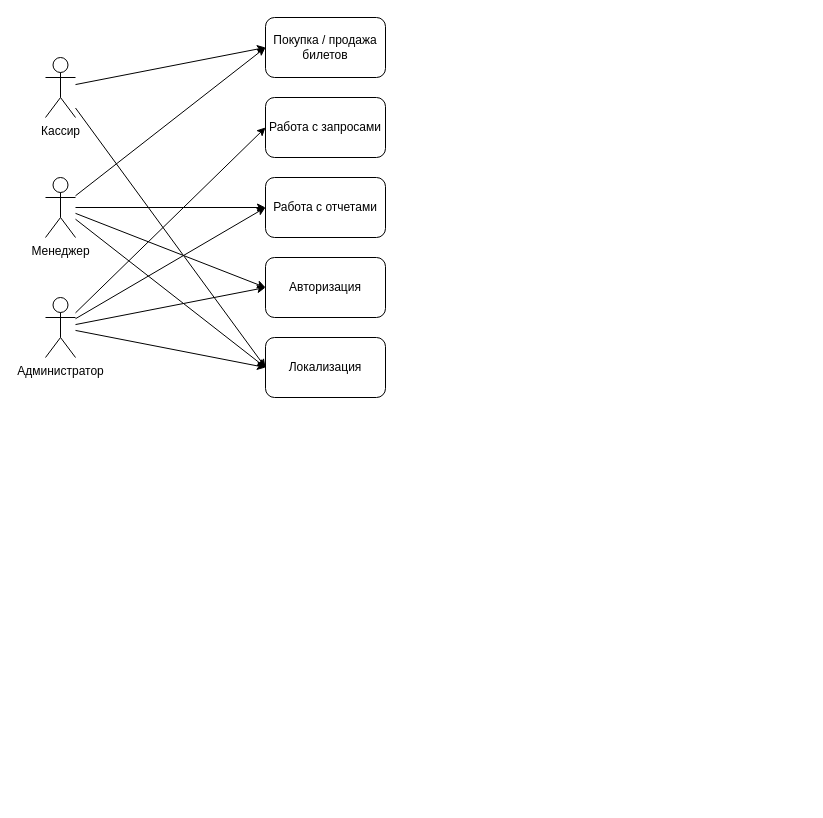
Above: docs/diagrams/scenarios.drawio in gubnik/bmstu-absolute-cinema (draw.io), before the change. Source tidied: cells renumbered, new cells numbered last; positions are measured from the earlier drawing's top-left corner, leaving out a move shared by most shapes. Both pictures are drawn from the tidied source at 100%, with x=0, y=0 at pixel (45, 17).
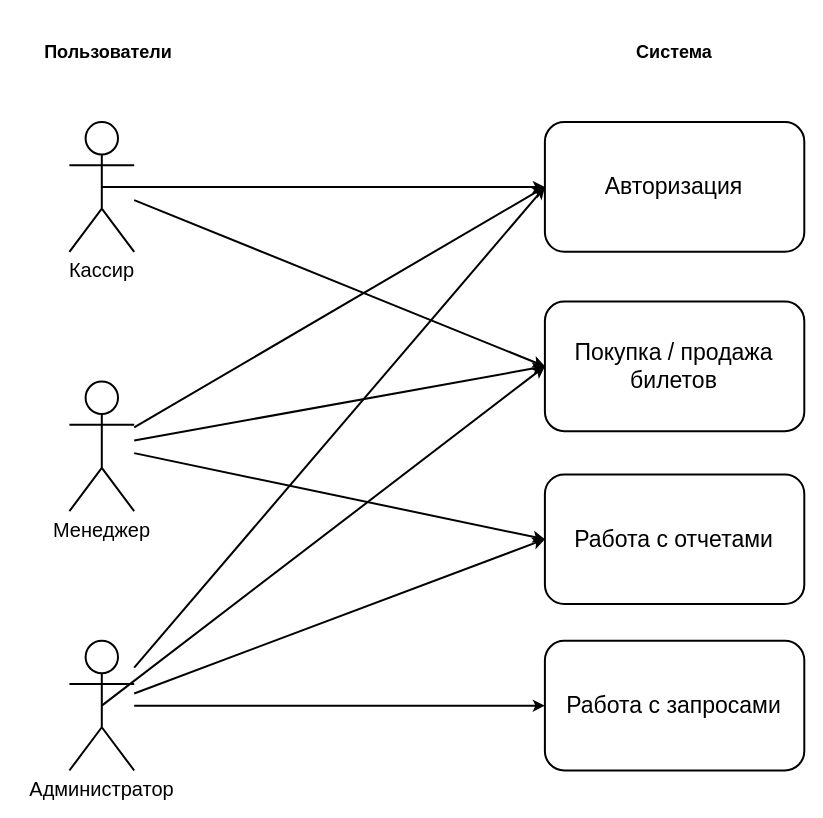
Above is the later version.

Change to the diagram source:
```diff
@@
-    <mxCell id="2" style="rounded=0;jettySize=auto;html=1;entryX=0;entryY=0.5;entryDx=0;entryDy=0;" parent="1" edge="1" source="3" target="19">
-      <mxGeometry relative="1" as="geometry" />
-    </mxCell>
+    <mxCell id="20" style="group;" parent="1" vertex="1">
+      <mxGeometry x="-2" y="3" width="760.8" height="750" as="geometry" />
+    </mxCell>
+    <mxCell id="21" style="rounded=0;jettySize=auto;html=1;exitX=0.5;exitY=0.5;exitDx=0;exitDy=0;exitPerimeter=0;entryX=0;entryY=0.5;entryDx=0;entryDy=0;strokeWidth=2;" parent="20" edge="1" source="3" target="16">
+      <mxGeometry relative="1" as="geometry" />
+    </mxCell>
-    <mxCell id="3" value="Кассир" style="shape=umlActor;verticalLabelPosition=bottom;verticalAlign=top;html=1;outlineConnect=0;labelBackgroundColor=none;" parent="1" vertex="1">
-      <mxGeometry y="40" width="30" height="60" as="geometry" />
+    <mxCell id="3" value="Кассир" style="shape=umlActor;verticalLabelPosition=bottom;verticalAlign=top;html=1;outlineConnect=0;labelBackgroundColor=none;strokeWidth=2;fontSize=20;" parent="20" vertex="1">
+      <mxGeometry x="25.9" y="101.6" width="64.8" height="129.7" as="geometry" />
     </mxCell>
-    <mxCell id="4" style="rounded=0;jettySize=auto;html=1;labelBackgroundColor=none;fontColor=default;entryX=0;entryY=0.5;entryDx=0;entryDy=0;" parent="1" edge="1" source="8" target="16">
+    <mxCell id="4" style="rounded=0;jettySize=auto;html=1;labelBackgroundColor=none;fontColor=default;entryX=0;entryY=0.5;entryDx=0;entryDy=0;strokeWidth=2;" parent="20" edge="1" source="8" target="16">
       <mxGeometry relative="1" as="geometry" />
     </mxCell>
-    <mxCell id="5" style="rounded=0;jettySize=auto;html=1;labelBackgroundColor=none;fontColor=default;entryX=0;entryY=0.5;entryDx=0;entryDy=0;" parent="1" edge="1" source="8" target="13">
+    <mxCell id="5" style="rounded=0;jettySize=auto;html=1;labelBackgroundColor=none;fontColor=default;entryX=0;entryY=0.5;entryDx=0;entryDy=0;strokeWidth=2;" parent="20" edge="1" source="8" target="13">
       <mxGeometry relative="1" as="geometry" />
     </mxCell>
-    <mxCell id="6" style="rounded=0;jettySize=auto;html=1;entryX=0;entryY=0.5;entryDx=0;entryDy=0;labelBackgroundColor=none;fontColor=default;" parent="1" edge="1" source="8" target="15">
+    <mxCell id="6" style="rounded=0;jettySize=auto;html=1;entryX=0;entryY=0.5;entryDx=0;entryDy=0;labelBackgroundColor=none;fontColor=default;strokeWidth=2;" parent="20" edge="1" source="8" target="15">
       <mxGeometry relative="1" as="geometry" />
     </mxCell>
-    <mxCell id="7" style="rounded=0;jettySize=auto;html=1;entryX=0;entryY=0.5;entryDx=0;entryDy=0;" parent="1" edge="1" source="8" target="19">
-      <mxGeometry relative="1" as="geometry" />
-    </mxCell>
-    <mxCell id="8" value="Менеджер" style="shape=umlActor;verticalLabelPosition=bottom;verticalAlign=top;html=1;outlineConnect=0;labelBackgroundColor=none;" parent="1" vertex="1">
-      <mxGeometry y="160" width="30" height="60" as="geometry" />
+    <mxCell id="8" value="Менеджер" style="shape=umlActor;verticalLabelPosition=bottom;verticalAlign=top;html=1;outlineConnect=0;labelBackgroundColor=none;strokeWidth=2;fontSize=20;" parent="20" vertex="1">
+      <mxGeometry x="25.9" y="361" width="64.8" height="129.7" as="geometry" />
     </mxCell>
-    <mxCell id="9" style="rounded=0;jettySize=auto;html=1;entryX=0;entryY=0.5;entryDx=0;entryDy=0;labelBackgroundColor=none;fontColor=default;" parent="1" edge="1" source="12" target="16">
+    <mxCell id="9" style="rounded=0;jettySize=auto;html=1;entryX=0;entryY=0.5;entryDx=0;entryDy=0;labelBackgroundColor=none;fontColor=default;strokeWidth=2;" parent="20" edge="1" source="12" target="16">
       <mxGeometry relative="1" as="geometry" />
     </mxCell>
-    <mxCell id="10" style="rounded=0;jettySize=auto;html=1;entryX=0;entryY=0.5;entryDx=0;entryDy=0;labelBackgroundColor=none;fontColor=default;" parent="1" edge="1" source="12" target="15">
+    <mxCell id="10" style="rounded=0;jettySize=auto;html=1;entryX=0;entryY=0.5;entryDx=0;entryDy=0;labelBackgroundColor=none;fontColor=default;strokeWidth=2;" parent="20" edge="1" source="12" target="15">
       <mxGeometry relative="1" as="geometry" />
     </mxCell>
-    <mxCell id="11" style="rounded=0;jettySize=auto;html=1;entryX=0;entryY=0.5;entryDx=0;entryDy=0;" parent="1" edge="1" source="12" target="19">
-      <mxGeometry relative="1" as="geometry" />
-    </mxCell>
+    <mxCell id="22" style="rounded=0;jettySize=auto;html=1;exitX=0.5;exitY=0.5;exitDx=0;exitDy=0;exitPerimeter=0;entryX=0;entryY=0.5;entryDx=0;entryDy=0;strokeWidth=2;" parent="20" edge="1" source="12" target="13">
+      <mxGeometry relative="1" as="geometry" />
+    </mxCell>
-    <mxCell id="12" value="Администратор" style="shape=umlActor;verticalLabelPosition=bottom;verticalAlign=top;html=1;outlineConnect=0;labelBackgroundColor=none;" parent="1" vertex="1">
-      <mxGeometry y="280" width="30" height="60" as="geometry" />
+    <mxCell id="12" value="Администратор" style="shape=umlActor;verticalLabelPosition=bottom;verticalAlign=top;html=1;outlineConnect=0;labelBackgroundColor=none;strokeWidth=2;fontSize=20;" parent="20" vertex="1">
+      <mxGeometry x="25.9" y="620.3" width="64.8" height="129.7" as="geometry" />
     </mxCell>
-    <mxCell id="13" value="Покупка / продажа билетов" style="rounded=1;whiteSpace=wrap;html=1;labelBackgroundColor=none;" parent="1" vertex="1">
-      <mxGeometry x="220" width="120" height="60" as="geometry" />
+    <mxCell id="13" value="Покупка / продажа билетов" style="rounded=1;whiteSpace=wrap;html=1;labelBackgroundColor=none;strokeWidth=2;fontSize=23;" parent="20" vertex="1">
+      <mxGeometry x="501.4" y="281" width="259.4" height="129.7" as="geometry" />
     </mxCell>
-    <mxCell id="14" value="Работа с запросами" style="rounded=1;whiteSpace=wrap;html=1;labelBackgroundColor=none;" parent="1" vertex="1">
-      <mxGeometry x="220" y="80" width="120" height="60" as="geometry" />
+    <mxCell id="14" value="Работа с запросами" style="rounded=1;whiteSpace=wrap;html=1;labelBackgroundColor=none;strokeWidth=2;fontSize=23;" parent="20" vertex="1">
+      <mxGeometry x="501.4" y="620.3" width="259.4" height="129.7" as="geometry" />
     </mxCell>
-    <mxCell id="15" value="Работа с отчетами" style="rounded=1;whiteSpace=wrap;html=1;labelBackgroundColor=none;" parent="1" vertex="1">
-      <mxGeometry x="220" y="160" width="120" height="60" as="geometry" />
+    <mxCell id="15" value="Работа с отчетами" style="rounded=1;whiteSpace=wrap;html=1;labelBackgroundColor=none;strokeWidth=2;fontSize=23;" parent="20" vertex="1">
+      <mxGeometry x="501.4" y="453.9" width="259.4" height="129.7" as="geometry" />
     </mxCell>
-    <mxCell id="16" value="Авторизация" style="rounded=1;whiteSpace=wrap;html=1;labelBackgroundColor=none;" parent="1" vertex="1">
-      <mxGeometry x="220" y="240" width="120" height="60" as="geometry" />
+    <mxCell id="16" value="Авторизация" style="rounded=1;whiteSpace=wrap;html=1;labelBackgroundColor=none;strokeWidth=2;fontSize=23;" parent="20" vertex="1">
+      <mxGeometry x="501.4" y="101.6" width="259.4" height="129.7" as="geometry" />
     </mxCell>
-    <mxCell id="17" style="rounded=0;jettySize=auto;html=1;labelBackgroundColor=none;fontColor=default;entryX=0;entryY=0.5;entryDx=0;entryDy=0;" parent="1" edge="1" source="3" target="13">
+    <mxCell id="17" style="rounded=0;jettySize=auto;html=1;labelBackgroundColor=none;fontColor=default;entryX=0;entryY=0.5;entryDx=0;entryDy=0;strokeWidth=2;" parent="20" edge="1" source="3" target="13">
       <mxGeometry relative="1" as="geometry" />
     </mxCell>
-    <mxCell id="18" style="rounded=0;jettySize=auto;html=1;labelBackgroundColor=none;fontColor=default;entryX=0;entryY=0.5;entryDx=0;entryDy=0;" parent="1" edge="1" source="12" target="14">
+    <mxCell id="18" style="rounded=0;jettySize=auto;html=1;labelBackgroundColor=none;fontColor=default;entryX=0;entryY=0.5;entryDx=0;entryDy=0;strokeWidth=2;" parent="20" edge="1" source="12" target="14">
       <mxGeometry relative="1" as="geometry" />
     </mxCell>
-    <mxCell id="19" value="Локализация" style="rounded=1;whiteSpace=wrap;html=1;labelBackgroundColor=none;" parent="1" vertex="1">
-      <mxGeometry x="220" y="320" width="120" height="60" as="geometry" />
-    </mxCell>
+    <mxCell id="23" value="Пользователи" style="text;html=1;whiteSpace=wrap;strokeColor=none;fillColor=none;align=center;verticalAlign=middle;rounded=0;fontStyle=1;fontSize=18;strokeWidth=2;" parent="20" vertex="1">
+      <mxGeometry width="129.7" height="64.8" as="geometry" />
+    </mxCell>
+    <mxCell id="24" value="Система" style="text;html=1;whiteSpace=wrap;strokeColor=none;fillColor=none;align=center;verticalAlign=middle;rounded=0;fontStyle=1;fontSize=18;strokeWidth=2;" parent="20" vertex="1">
+      <mxGeometry x="566.3" width="129.7" height="64.8" as="geometry" />
+    </mxCell>
```
